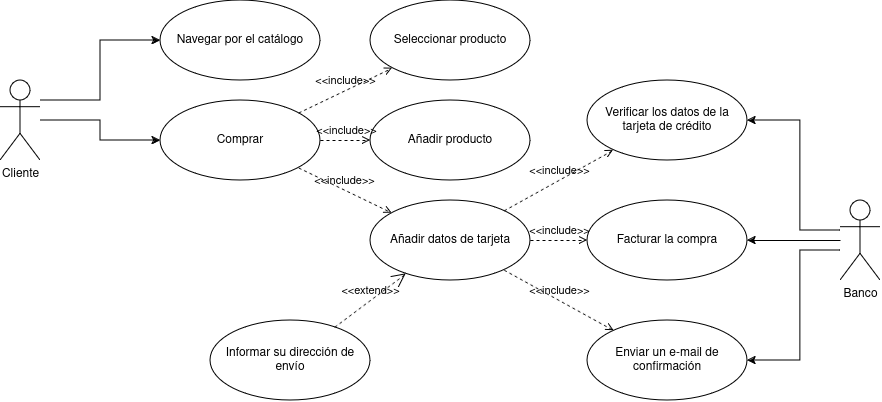
Before: Tienda-de-Comercio-Electrónico.png, a diagram exported from draw.io (eduardosmoralesglez/Simulacro-I---Diagrama-de-Casos-de-Uso-). Source tidied: cells renumbered, new cells last; positions are measured from the earlier drawing's top-left corner, leaving out a move shared by most shapes.
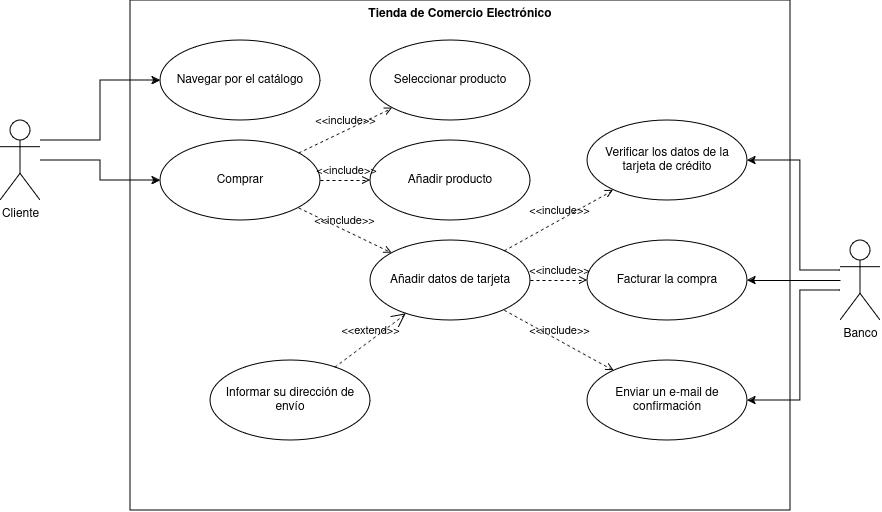
The same file after the commit.

The edit, as a diff of the source:
```diff
@@ -2,6 +2,9 @@
   <root>
     <mxCell id="0" />
     <mxCell id="1" parent="0" />
+    <mxCell id="25" value="Tienda de Comercio Electrónico" style="shape=rect;html=1;verticalAlign=top;fontStyle=1;whiteSpace=wrap;align=center;" parent="1" vertex="1">
+      <mxGeometry x="130" y="-40" width="660" height="510" as="geometry" />
+    </mxCell>
     <mxCell id="2" style="edgeStyle=orthogonalEdgeStyle;rounded=0;jettySize=auto;html=1;" parent="1" edge="1" source="4" target="9">
       <mxGeometry relative="1" as="geometry">
         <Array as="points">
```
